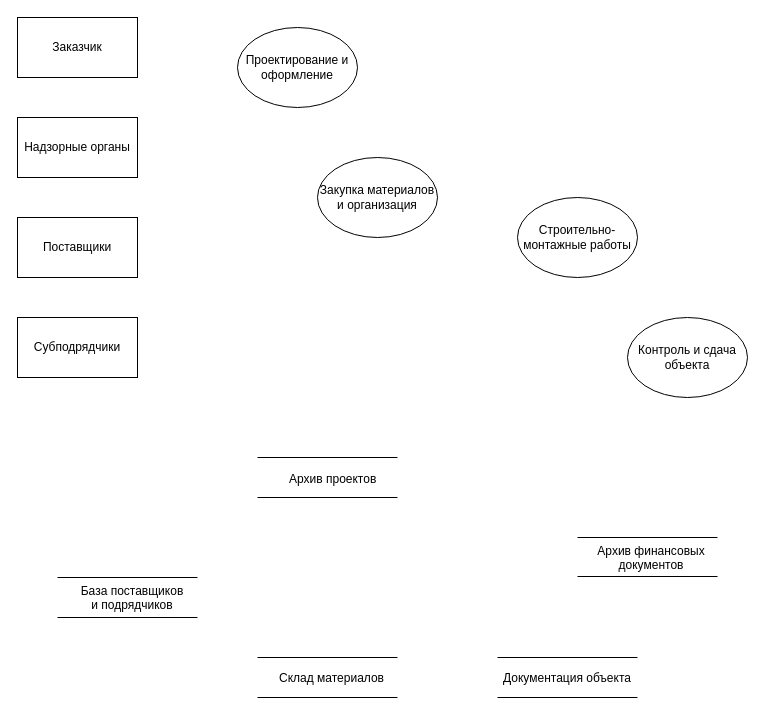
This is mbp22_1.drawio from v-tempe/draw.io, a draw.io file, before an edit. Source tidied: cells renumbered, new cells numbered last; positions are measured from the earlier drawing's top-left corner, leaving out a move shared by most shapes. Both pictures are drawn from the tidied source at 100%, with x=0, y=0 at pixel (17, 17).
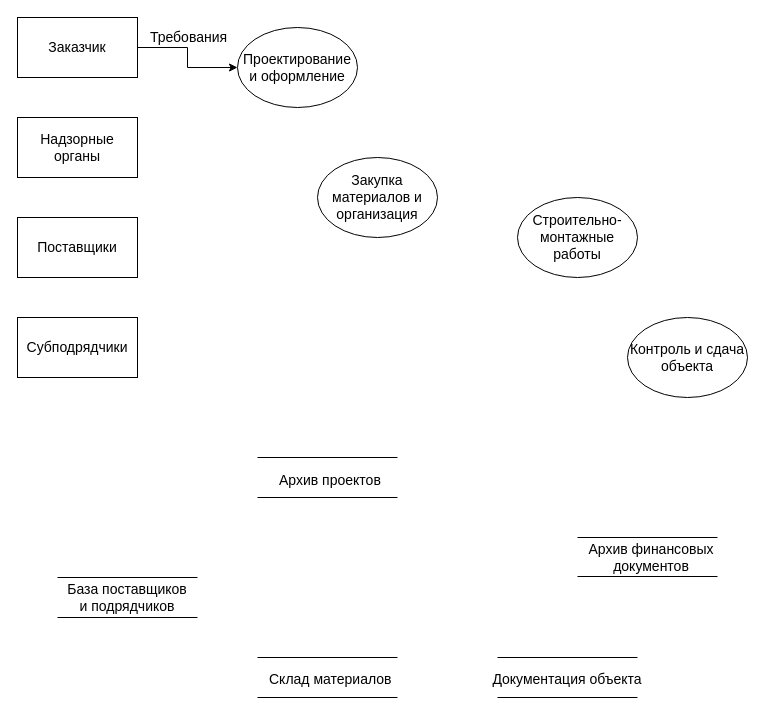
The same page after the edit.

What changed in the source:
```diff
@@
-    <mxCell id="2" value="Строительно-монтажные работы" style="ellipse;whiteSpace=wrap;html=1;" parent="1" vertex="1">
+    <mxCell id="2" value="Строительно-монтажные работы" style="ellipse;whiteSpace=wrap;html=1;fontSize=14;" parent="1" vertex="1">
       <mxGeometry x="500" y="180" width="120" height="80" as="geometry" />
     </mxCell>
-    <mxCell id="3" value="Проектирование и оформление" style="ellipse;whiteSpace=wrap;html=1;" parent="1" vertex="1">
+    <mxCell id="3" value="Проектирование и оформление" style="ellipse;whiteSpace=wrap;html=1;fontSize=14;" parent="1" vertex="1">
       <mxGeometry x="220" y="10" width="120" height="80" as="geometry" />
     </mxCell>
-    <mxCell id="4" value="Контроль и сдача объекта" style="ellipse;whiteSpace=wrap;html=1;" parent="1" vertex="1">
+    <mxCell id="4" value="Контроль и сдача объекта" style="ellipse;whiteSpace=wrap;html=1;fontSize=14;" parent="1" vertex="1">
       <mxGeometry x="610" y="300" width="120" height="80" as="geometry" />
     </mxCell>
-    <mxCell id="5" value="Закупка материалов и организация" style="ellipse;whiteSpace=wrap;html=1;" parent="1" vertex="1">
+    <mxCell id="5" value="Закупка материалов и организация" style="ellipse;whiteSpace=wrap;html=1;fontSize=14;" parent="1" vertex="1">
       <mxGeometry x="300" y="140" width="120" height="80" as="geometry" />
     </mxCell>
+    <mxCell id="25" style="edgeStyle=orthogonalEdgeStyle;rounded=0;jettySize=auto;html=1;fontSize=14;" parent="1" edge="1" source="6" target="3">
+      <mxGeometry relative="1" as="geometry" />
+    </mxCell>
+    <mxCell id="26" value="Требования" style="edgeLabel;html=1;align=center;verticalAlign=middle;fontSize=14;" parent="25" vertex="1">
+      <mxGeometry x="-0.16" y="2" relative="1" as="geometry">
+        <mxPoint x="-2" y="-11" as="offset" />
+      </mxGeometry>
+    </mxCell>
-    <mxCell id="6" value="Заказчик" style="rounded=0;whiteSpace=wrap;html=1;" parent="1" vertex="1">
+    <mxCell id="6" value="Заказчик" style="rounded=0;whiteSpace=wrap;html=1;fontSize=14;" parent="1" vertex="1">
       <mxGeometry width="120" height="60" as="geometry" />
     </mxCell>
-    <mxCell id="7" value="Надзорные органы" style="rounded=0;whiteSpace=wrap;html=1;" parent="1" vertex="1">
+    <mxCell id="7" value="Надзорные органы" style="rounded=0;whiteSpace=wrap;html=1;fontSize=14;" parent="1" vertex="1">
       <mxGeometry y="100" width="120" height="60" as="geometry" />
     </mxCell>
-    <mxCell id="8" value="Поставщики" style="rounded=0;whiteSpace=wrap;html=1;" parent="1" vertex="1">
+    <mxCell id="8" value="Поставщики" style="rounded=0;whiteSpace=wrap;html=1;fontSize=14;" parent="1" vertex="1">
       <mxGeometry y="200" width="120" height="60" as="geometry" />
     </mxCell>
-    <mxCell id="9" value="Субподрядчики" style="rounded=0;whiteSpace=wrap;html=1;" parent="1" vertex="1">
+    <mxCell id="9" value="Субподрядчики" style="rounded=0;whiteSpace=wrap;html=1;fontSize=14;" parent="1" vertex="1">
       <mxGeometry y="300" width="120" height="60" as="geometry" />
     </mxCell>
-    <mxCell id="10" style="endArrow=none;html=1;rounded=0;" parent="1" edge="1">
+    <mxCell id="10" style="endArrow=none;html=1;rounded=0;fontSize=14;" parent="1" edge="1">
       <mxGeometry relative="1" as="geometry">
         <mxPoint x="240" y="480" as="sourcePoint" />
         <mxPoint x="380" y="480" as="targetPoint" />
       </mxGeometry>
     </mxCell>
-    <mxCell id="11" value="Архив проектов" style="text;whiteSpace=wrap;" parent="1" vertex="1">
-      <mxGeometry x="270" y="448" width="90" height="25" as="geometry" />
+    <mxCell id="11" value="Архив проектов" style="text;whiteSpace=wrap;fontSize=14;" parent="1" vertex="1">
+      <mxGeometry x="260" y="448" width="110" height="25" as="geometry" />
     </mxCell>
-    <mxCell id="12" style="endArrow=none;html=1;rounded=0;" parent="1" edge="1">
+    <mxCell id="12" style="endArrow=none;html=1;rounded=0;fontSize=14;" parent="1" edge="1">
       <mxGeometry relative="1" as="geometry">
         <mxPoint x="40" y="560" as="sourcePoint" />
         <mxPoint x="180" y="560" as="targetPoint" />
       </mxGeometry>
     </mxCell>
-    <mxCell id="13" style="endArrow=none;html=1;rounded=0;" parent="1" edge="1">
+    <mxCell id="13" style="endArrow=none;html=1;rounded=0;fontSize=14;" parent="1" edge="1">
       <mxGeometry relative="1" as="geometry">
         <mxPoint x="40" y="600" as="sourcePoint" />
         <mxPoint x="180" y="600" as="targetPoint" />
       </mxGeometry>
     </mxCell>
-    <mxCell id="14" style="endArrow=none;html=1;rounded=0;" parent="1" edge="1">
+    <mxCell id="14" style="endArrow=none;html=1;rounded=0;fontSize=14;" parent="1" edge="1">
       <mxGeometry relative="1" as="geometry">
         <mxPoint x="240" y="640" as="sourcePoint" />
         <mxPoint x="380" y="640" as="targetPoint" />
       </mxGeometry>
     </mxCell>
-    <mxCell id="15" style="endArrow=none;html=1;rounded=0;" parent="1" edge="1">
+    <mxCell id="15" style="endArrow=none;html=1;rounded=0;fontSize=14;" parent="1" edge="1">
       <mxGeometry relative="1" as="geometry">
         <mxPoint x="240" y="680" as="sourcePoint" />
         <mxPoint x="380" y="680" as="targetPoint" />
       </mxGeometry>
     </mxCell>
-    <mxCell id="16" style="endArrow=none;html=1;rounded=0;" parent="1" edge="1">
+    <mxCell id="16" style="endArrow=none;html=1;rounded=0;fontSize=14;" parent="1" edge="1">
       <mxGeometry relative="1" as="geometry">
         <mxPoint x="480" y="640" as="sourcePoint" />
         <mxPoint x="620" y="640" as="targetPoint" />
       </mxGeometry>
     </mxCell>
-    <mxCell id="17" style="endArrow=none;html=1;rounded=0;" parent="1" edge="1">
+    <mxCell id="17" style="endArrow=none;html=1;rounded=0;fontSize=14;" parent="1" edge="1">
       <mxGeometry relative="1" as="geometry">
         <mxPoint x="480" y="680" as="sourcePoint" />
         <mxPoint x="620" y="680" as="targetPoint" />
       </mxGeometry>
     </mxCell>
-    <mxCell id="18" style="endArrow=none;html=1;rounded=0;" parent="1" edge="1">
+    <mxCell id="18" style="endArrow=none;html=1;rounded=0;fontSize=14;" parent="1" edge="1">
       <mxGeometry relative="1" as="geometry">
         <mxPoint x="560" y="520" as="sourcePoint" />
         <mxPoint x="700" y="520" as="targetPoint" />
       </mxGeometry>
     </mxCell>
-    <mxCell id="19" style="endArrow=none;html=1;rounded=0;" parent="1" edge="1">
+    <mxCell id="19" style="endArrow=none;html=1;rounded=0;fontSize=14;" parent="1" edge="1">
       <mxGeometry relative="1" as="geometry">
         <mxPoint x="560" y="559" as="sourcePoint" />
         <mxPoint x="700" y="559" as="targetPoint" />
       </mxGeometry>
     </mxCell>
-    <mxCell id="20" value="База поставщиков&#10;и подрядчиков" style="text;whiteSpace=wrap;align=center;" parent="1" vertex="1">
-      <mxGeometry x="60" y="560" width="110" height="40" as="geometry" />
+    <mxCell id="20" value="База поставщиков&#10;и подрядчиков" style="text;whiteSpace=wrap;align=center;fontSize=14;" parent="1" vertex="1">
+      <mxGeometry x="45" y="557" width="130" height="40" as="geometry" />
     </mxCell>
-    <mxCell id="21" style="endArrow=none;html=1;rounded=0;" parent="1" edge="1">
+    <mxCell id="21" style="endArrow=none;html=1;rounded=0;fontSize=14;" parent="1" edge="1">
       <mxGeometry relative="1" as="geometry">
         <mxPoint x="240" y="440" as="sourcePoint" />
         <mxPoint x="380" y="440" as="targetPoint" />
       </mxGeometry>
     </mxCell>
-    <mxCell id="22" value="Склад материалов" style="text;whiteSpace=wrap;" parent="1" vertex="1">
-      <mxGeometry x="260" y="647" width="110" height="30" as="geometry" />
+    <mxCell id="22" value="Склад материалов" style="text;whiteSpace=wrap;fontSize=14;" parent="1" vertex="1">
+      <mxGeometry x="250" y="647" width="130" height="30" as="geometry" />
     </mxCell>
-    <mxCell id="23" value="Архив финансовых документов" style="text;whiteSpace=wrap;align=center;" parent="1" vertex="1">
-      <mxGeometry x="549" y="520" width="170" height="40" as="geometry" />
+    <mxCell id="23" value="Архив финансовых документов" style="text;whiteSpace=wrap;align=center;fontSize=14;" parent="1" vertex="1">
+      <mxGeometry x="549" y="517" width="170" height="40" as="geometry" />
     </mxCell>
-    <mxCell id="24" value="Документация объекта" style="text;whiteSpace=wrap;align=center;" parent="1" vertex="1">
+    <mxCell id="24" value="Документация объекта" style="text;whiteSpace=wrap;align=center;fontSize=14;" parent="1" vertex="1">
       <mxGeometry x="470" y="647" width="160" height="30" as="geometry" />
     </mxCell>
```
